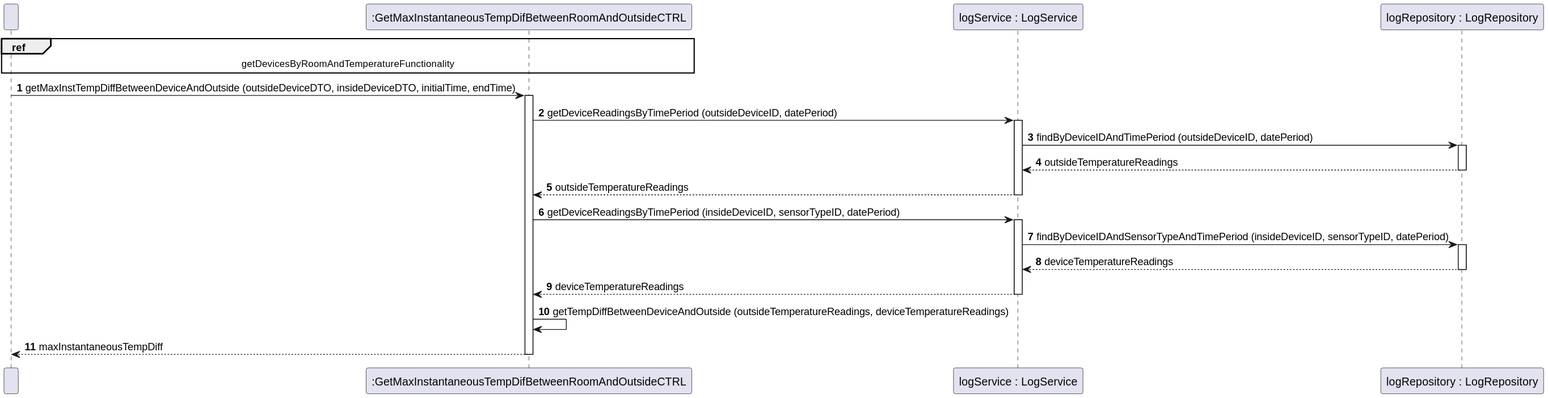
This is docs/useCases/uc13_toGetMaxInstTempDifBetweenDeviceAndOutside/artifacts/uc13_SD.svg from olivDiogo/SmartHome, a PlantUML export, as it was before one commit. Source of this version:
```plantuml
@startuml
!pragma layout smetana

participant " " as User
participant Controller as ":GetMaxInstantaneousTempDifBetweenRoomAndOutsideCTRL"

participant "logService : LogService" as LogService
participant "logRepository : LogRepository" as LogRepository

autonumber

ref over User, Controller: getDevicesByRoomAndTemperatureFunctionality

User -> Controller: getMaxInstTempDiffBetweenDeviceAndOutside (outsideDeviceDTO, insideDeviceDTO, initialTime, endTime)

activate Controller

Controller -> LogService: getDeviceReadingsByTimePeriod (outsideDeviceID, datePeriod)

activate LogService

LogService -> LogRepository: findByDeviceIDAndTimePeriod (outsideDeviceID, datePeriod)

activate LogRepository

LogRepository --> LogService: outsideTemperatureReadings

deactivate LogRepository

LogService --> Controller: outsideTemperatureReadings

deactivate LogService

Controller -> LogService: getDeviceReadingsByTimePeriod (insideDeviceID, sensorTypeID, datePeriod)

activate LogService

LogService -> LogRepository: findByDeviceIDAndSensorTypeAndTimePeriod (insideDeviceID, sensorTypeID, datePeriod)

activate LogRepository

LogRepository --> LogService: deviceTemperatureReadings

deactivate LogRepository

LogService --> Controller: deviceTemperatureReadings

deactivate LogService

Controller -> Controller: getTempDiffBetweenDeviceAndOutside (outsideTemperatureReadings, deviceTemperatureReadings)

Controller --> User: maxInstantaneousTempDiff

deactivate Controller
@enduml
```
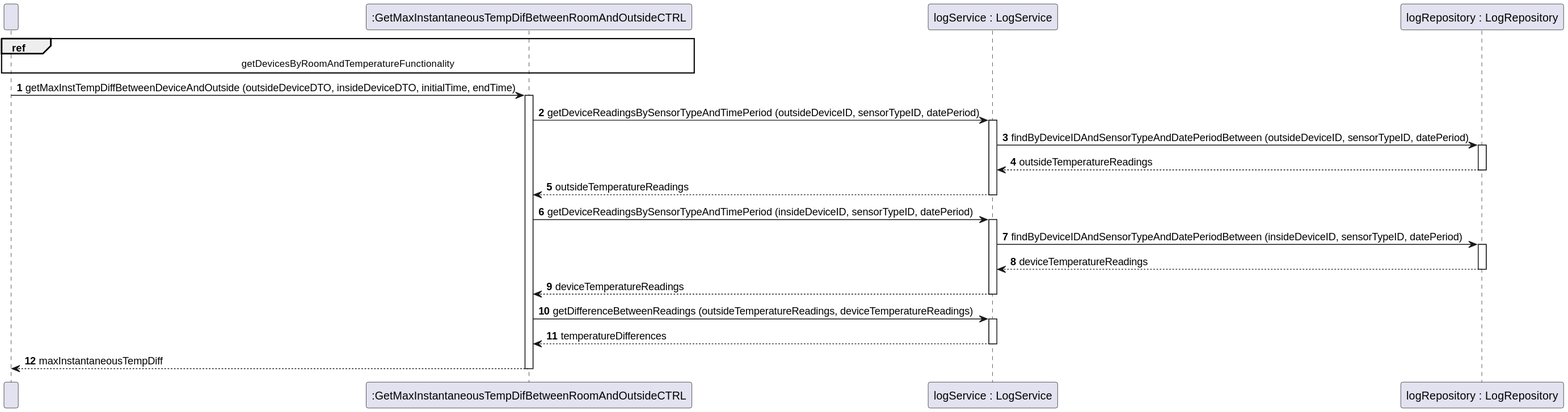
The same file after the commit.

Diff of the diagram source:
```diff
@@ -15,11 +15,11 @@
 
 activate Controller
 
-Controller -> LogService: getDeviceReadingsByTimePeriod (outsideDeviceID, datePeriod)
+Controller -> LogService: getDeviceReadingsBySensorTypeAndTimePeriod (outsideDeviceID, sensorTypeID, datePeriod)
 
 activate LogService
 
-LogService -> LogRepository: findByDeviceIDAndTimePeriod (outsideDeviceID, datePeriod)
+LogService -> LogRepository: findByDeviceIDAndSensorTypeAndDatePeriodBetween (outsideDeviceID, sensorTypeID, datePeriod)
 
 activate LogRepository
 
@@ -31,11 +31,11 @@
 
 deactivate LogService
 
-Controller -> LogService: getDeviceReadingsByTimePeriod (insideDeviceID, sensorTypeID, datePeriod)
+Controller -> LogService: getDeviceReadingsBySensorTypeAndTimePeriod (insideDeviceID, sensorTypeID, datePeriod)
 
 activate LogService
 
-LogService -> LogRepository: findByDeviceIDAndSensorTypeAndTimePeriod (insideDeviceID, sensorTypeID, datePeriod)
+LogService -> LogRepository: findByDeviceIDAndSensorTypeAndDatePeriodBetween (insideDeviceID, sensorTypeID, datePeriod)
 
 activate LogRepository
 
@@ -47,7 +47,13 @@
 
 deactivate LogService
 
-Controller -> Controller: getTempDiffBetweenDeviceAndOutside (outsideTemperatureReadings, deviceTemperatureReadings)
+Controller -> LogService: getDifferenceBetweenReadings (outsideTemperatureReadings, deviceTemperatureReadings)
+
+activate LogService
+
+LogService --> Controller: temperatureDifferences
+
+deactivate LogService
 
 Controller --> User: maxInstantaneousTempDiff
 
```
